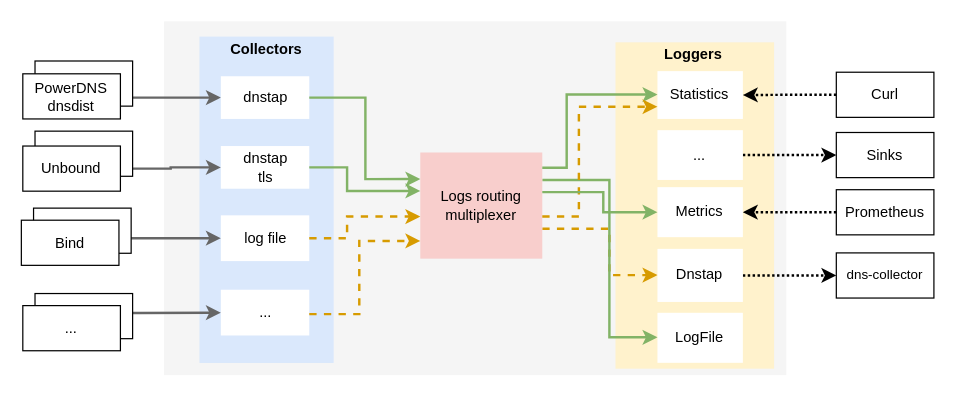
Above: doc/overview.drawio in dmachard/go-dnscollector (draw.io), before the change. Source tidied: cells renumbered, new cells numbered last; positions are measured from the earlier drawing's top-left corner, leaving out a move shared by most shapes. Both pictures are drawn from the tidied source at 122%, with x=0, y=0 at pixel (21, 21).
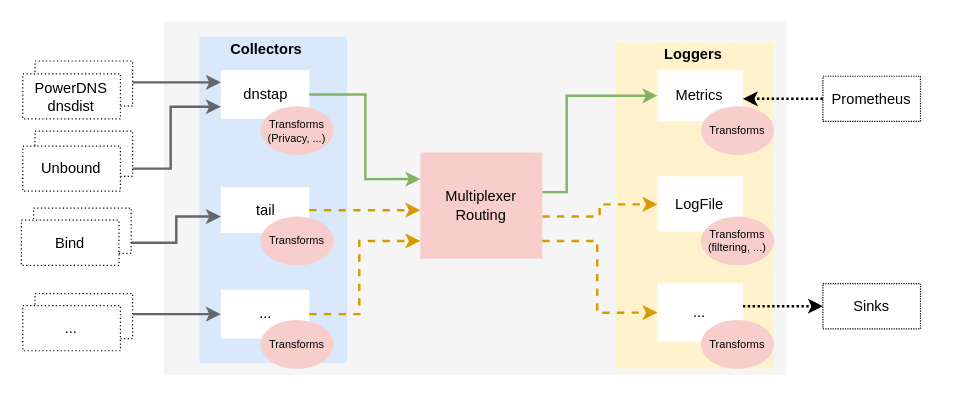
After the change.

Change to the diagram source:
```diff
@@
     <mxCell id="3" style="rounded=1;whiteSpace=wrap;html=1;fillColor=#dae8fc;strokeColor=none;arcSize=0;" parent="1" vertex="1">
-      <mxGeometry x="146" y="12.5" width="110" height="267.5" as="geometry" />
+      <mxGeometry x="146" y="12.5" width="121" height="267.5" as="geometry" />
     </mxCell>
@@
     <mxCell id="7" value="dnstap" style="rounded=0;whiteSpace=wrap;html=1;strokeColor=none;" parent="1" vertex="1">
-      <mxGeometry x="163.5" y="45" width="72.5" height="35" as="geometry" />
+      <mxGeometry x="163.5" y="40" width="72.5" height="40" as="geometry" />
     </mxCell>
-    <mxCell id="8" value="Statistics" style="rounded=0;whiteSpace=wrap;html=1;strokeColor=none;" parent="1" vertex="1">
-      <mxGeometry x="521.4" y="40.8" width="70" height="39.2" as="geometry" />
-    </mxCell>
     <mxCell id="9" value="LogFile" style="rounded=0;whiteSpace=wrap;html=1;strokeColor=none;" parent="1" vertex="1">
-      <mxGeometry x="521.4" y="238.9" width="70" height="41" as="geometry" />
+      <mxGeometry x="521.4" y="127" width="70" height="45.2" as="geometry" />
     </mxCell>
     <mxCell id="10" value="Metrics" style="rounded=0;whiteSpace=wrap;html=1;strokeColor=none;" parent="1" vertex="1">
-      <mxGeometry x="521.4" y="135.9" width="70" height="41" as="geometry" />
+      <mxGeometry x="521.4" y="40" width="70" height="42" as="geometry" />
     </mxCell>
-    <mxCell id="11" style="edgeStyle=orthogonalEdgeStyle;rounded=0;jettySize=auto;html=1;strokeWidth=2;dashed=1;dashPattern=1 1;" parent="1" edge="1" source="12" target="40">
-      <mxGeometry relative="1" as="geometry" />
-    </mxCell>
-    <mxCell id="12" value="Dnstap" style="rounded=0;whiteSpace=wrap;html=1;strokeColor=none;" parent="1" vertex="1">
-      <mxGeometry x="521.4" y="186.5" width="70" height="43.5" as="geometry" />
-    </mxCell>
-    <mxCell id="13" style="edgeStyle=orthogonalEdgeStyle;rounded=0;jettySize=auto;html=1;entryX=0;entryY=0.5;entryDx=0;entryDy=0;fillColor=#f5f5f5;strokeColor=#666666;strokeWidth=2;" parent="1" edge="1" source="29" target="7">
+    <mxCell id="13" style="edgeStyle=orthogonalEdgeStyle;rounded=0;jettySize=auto;html=1;entryX=0;entryY=0.25;entryDx=0;entryDy=0;fillColor=#f5f5f5;strokeColor=#666666;strokeWidth=2;" parent="1" edge="1" target="7">
       <mxGeometry relative="1" as="geometry">
+        <mxPoint x="87" y="60" as="sourcePoint" />
         <Array as="points">
-          <mxPoint x="37" y="64" />
-          <mxPoint x="37" y="62" />
+          <mxPoint x="87" y="50" />
         </Array>
       </mxGeometry>
     </mxCell>
     <mxCell id="14" style="edgeStyle=orthogonalEdgeStyle;rounded=0;jettySize=auto;html=1;entryX=0;entryY=0.5;entryDx=0;entryDy=0;strokeWidth=2;dashed=1;dashPattern=1 1;" parent="1" edge="1" source="15" target="39">
-      <mxGeometry relative="1" as="geometry" />
+      <mxGeometry relative="1" as="geometry">
+        <Array as="points">
+          <mxPoint x="557" y="234" />
+          <mxPoint x="557" y="234" />
+        </Array>
+      </mxGeometry>
     </mxCell>
-    <mxCell id="15" value="..." style="rounded=0;whiteSpace=wrap;html=1;strokeColor=none;" parent="1" vertex="1">
-      <mxGeometry x="521.4" y="89.2" width="70" height="40.8" as="geometry" />
-    </mxCell>
-    <mxCell id="16" value="&lt;div&gt;log file&lt;/div&gt;" style="rounded=0;whiteSpace=wrap;html=1;strokeColor=none;" parent="1" vertex="1">
-      <mxGeometry x="163.5" y="159" width="72.5" height="37.5" as="geometry" />
+    <mxCell id="16" value="&lt;div&gt;tail&lt;/div&gt;" style="rounded=0;whiteSpace=wrap;html=1;strokeColor=none;" parent="1" vertex="1">
+      <mxGeometry x="163.5" y="136" width="72.5" height="37.5" as="geometry" />
     </mxCell>
     <mxCell id="17" value="..." style="rounded=0;whiteSpace=wrap;html=1;strokeColor=none;" parent="1" vertex="1">
-      <mxGeometry x="163.5" y="220" width="72.5" height="37.5" as="geometry" />
+      <mxGeometry x="163.5" y="220" width="72.5" height="40" as="geometry" />
     </mxCell>
-    <mxCell id="18" style="edgeStyle=orthogonalEdgeStyle;rounded=0;jettySize=auto;html=1;fillColor=#ffe6cc;strokeColor=#d79b00;strokeWidth=2;dashed=1;" parent="1" edge="1" source="20" target="12">
+    <mxCell id="18" style="edgeStyle=orthogonalEdgeStyle;rounded=0;jettySize=auto;html=1;fillColor=#ffe6cc;strokeColor=#d79b00;strokeWidth=2;dashed=1;" parent="1" edge="1" source="20" target="9">
       <mxGeometry relative="1" as="geometry">
         <Array as="points">
-          <mxPoint x="482" y="170" />
-          <mxPoint x="482" y="208" />
+          <mxPoint x="474" y="160" />
+          <mxPoint x="474" y="150" />
         </Array>
       </mxGeometry>
     </mxCell>
-    <mxCell id="19" style="edgeStyle=orthogonalEdgeStyle;rounded=0;jettySize=auto;html=1;fillColor=#d5e8d4;strokeColor=#82b366;strokeWidth=2;" parent="1" edge="1" source="20" target="9">
-      <mxGeometry relative="1" as="geometry">
-        <Array as="points">
-          <mxPoint x="482" y="130" />
-          <mxPoint x="482" y="259" />
-        </Array>
-      </mxGeometry>
-    </mxCell>
-    <mxCell id="20" value="&lt;div&gt;Logs routing&lt;/div&gt;&lt;div&gt;multiplexer&lt;/div&gt;" style="rounded=0;whiteSpace=wrap;html=1;fillColor=#f8cecc;strokeColor=none;" parent="1" vertex="1">
+    <mxCell id="20" value="&lt;div&gt;Multiplexer&lt;/div&gt;&lt;div&gt;Routing&lt;br&gt;&lt;/div&gt;" style="rounded=0;whiteSpace=wrap;html=1;fillColor=#f8cecc;strokeColor=none;" parent="1" vertex="1">
       <mxGeometry x="327" y="107.5" width="100" height="87" as="geometry" />
     </mxCell>
     <mxCell id="21" style="edgeStyle=orthogonalEdgeStyle;rounded=0;jettySize=auto;html=1;entryX=0;entryY=0.25;entryDx=0;entryDy=0;exitX=1;exitY=0.5;exitDx=0;exitDy=0;strokeWidth=2;fillColor=#d5e8d4;strokeColor=#82b366;" parent="1" edge="1" source="7" target="20">
       <mxGeometry relative="1" as="geometry">
         <Array as="points">
-          <mxPoint x="282" y="63" />
+          <mxPoint x="282" y="60" />
           <mxPoint x="282" y="129" />
         </Array>
       </mxGeometry>
     </mxCell>
-    <mxCell id="22" value="&lt;div&gt;dnstap&lt;/div&gt;&lt;div&gt;tls&lt;br&gt;&lt;/div&gt;" style="rounded=0;whiteSpace=wrap;html=1;strokeColor=none;" parent="1" vertex="1">
-      <mxGeometry x="163.5" y="102.2" width="72.5" height="35" as="geometry" />
-    </mxCell>
-    <mxCell id="23" style="edgeStyle=orthogonalEdgeStyle;rounded=0;jettySize=auto;html=1;exitX=1;exitY=0.5;exitDx=0;exitDy=0;strokeWidth=2;fillColor=#d5e8d4;strokeColor=#82b366;" parent="1" edge="1" source="22">
-      <mxGeometry relative="1" as="geometry">
-        <mxPoint x="327" y="139" as="targetPoint" />
-        <Array as="points">
-          <mxPoint x="267" y="120" />
-          <mxPoint x="267" y="139" />
-        </Array>
-      </mxGeometry>
-    </mxCell>
     <mxCell id="24" style="edgeStyle=orthogonalEdgeStyle;rounded=0;jettySize=auto;html=1;exitX=1;exitY=0.5;exitDx=0;exitDy=0;fillColor=#ffe6cc;strokeColor=#d79b00;strokeWidth=2;dashed=1;" parent="1" edge="1" source="16" target="20">
       <mxGeometry relative="1" as="geometry">
         <Array as="points">
-          <mxPoint x="267" y="178" />
-          <mxPoint x="267" y="160" />
+          <mxPoint x="287" y="155" />
+          <mxPoint x="287" y="155" />
         </Array>
       </mxGeometry>
     </mxCell>
@@
-    <mxCell id="26" style="edgeStyle=orthogonalEdgeStyle;rounded=0;jettySize=auto;html=1;fillColor=#f5f5f5;strokeColor=#666666;strokeWidth=2;" parent="1" edge="1" source="31" target="22">
+    <mxCell id="26" style="edgeStyle=orthogonalEdgeStyle;rounded=0;jettySize=auto;html=1;fillColor=#f5f5f5;strokeColor=#666666;strokeWidth=2;entryX=0;entryY=0.75;entryDx=0;entryDy=0;" parent="1" edge="1" source="31" target="7">
       <mxGeometry relative="1" as="geometry" />
     </mxCell>
-    <mxCell id="27" style="edgeStyle=orthogonalEdgeStyle;rounded=0;jettySize=auto;html=1;entryX=0;entryY=0.5;entryDx=0;entryDy=0;fillColor=#f5f5f5;strokeColor=#666666;strokeWidth=2;" parent="1" edge="1" source="33" target="16">
+    <mxCell id="27" style="edgeStyle=orthogonalEdgeStyle;rounded=0;jettySize=auto;html=1;fillColor=#f5f5f5;strokeColor=#666666;strokeWidth=2;" parent="1" edge="1" source="33" target="16">
       <mxGeometry relative="1" as="geometry">
         <Array as="points">
-          <mxPoint x="25.8" y="177.5" />
-          <mxPoint x="25.8" y="177.5" />
+          <mxPoint x="127" y="181" />
+          <mxPoint x="127" y="160" />
         </Array>
       </mxGeometry>
     </mxCell>
-    <mxCell id="28" style="rounded=0;whiteSpace=wrap;html=1;" parent="1" vertex="1">
+    <mxCell id="28" style="rounded=0;whiteSpace=wrap;html=1;dashed=1;dashPattern=1 2;" parent="1" vertex="1">
       <mxGeometry x="11.2" y="32.5" width="80" height="37" as="geometry" />
     </mxCell>
-    <mxCell id="29" value="&lt;div&gt;PowerDNS&lt;/div&gt;&lt;div&gt;dnsdist&lt;br&gt;&lt;/div&gt;" style="rounded=0;whiteSpace=wrap;html=1;" parent="1" vertex="1">
+    <mxCell id="29" value="&lt;div&gt;PowerDNS&lt;/div&gt;&lt;div&gt;dnsdist&lt;br&gt;&lt;/div&gt;" style="rounded=0;whiteSpace=wrap;html=1;dashed=1;dashPattern=1 2;" parent="1" vertex="1">
       <mxGeometry x="1.2" y="43" width="80" height="37" as="geometry" />
     </mxCell>
-    <mxCell id="30" style="rounded=0;whiteSpace=wrap;html=1;" parent="1" vertex="1">
+    <mxCell id="30" style="rounded=0;whiteSpace=wrap;html=1;dashed=1;dashPattern=1 2;" parent="1" vertex="1">
       <mxGeometry x="11.2" y="90" width="80" height="37" as="geometry" />
     </mxCell>
-    <mxCell id="31" value="Unbound" style="rounded=0;whiteSpace=wrap;html=1;" parent="1" vertex="1">
+    <mxCell id="31" value="Unbound" style="rounded=0;whiteSpace=wrap;html=1;dashed=1;dashPattern=1 2;" parent="1" vertex="1">
       <mxGeometry x="1.2" y="102.2" width="80" height="37" as="geometry" />
     </mxCell>
-    <mxCell id="32" style="rounded=0;whiteSpace=wrap;html=1;" parent="1" vertex="1">
+    <mxCell id="32" style="rounded=0;whiteSpace=wrap;html=1;dashed=1;dashPattern=1 2;" parent="1" vertex="1">
       <mxGeometry x="10" y="153.1" width="80" height="37" as="geometry" />
     </mxCell>
-    <mxCell id="33" value="Bind" style="rounded=0;whiteSpace=wrap;html=1;" parent="1" vertex="1">
+    <mxCell id="33" value="Bind" style="rounded=0;whiteSpace=wrap;html=1;dashed=1;dashPattern=1 2;" parent="1" vertex="1">
       <mxGeometry y="163" width="80" height="37" as="geometry" />
     </mxCell>
     <mxCell id="34" style="edgeStyle=orthogonalEdgeStyle;rounded=0;jettySize=auto;html=1;entryX=0;entryY=0.5;entryDx=0;entryDy=0;fillColor=#f5f5f5;strokeColor=#666666;strokeWidth=2;" parent="1" edge="1" source="36" target="17">
       <mxGeometry relative="1" as="geometry">
         <Array as="points">
-          <mxPoint x="97" y="239" />
-          <mxPoint x="97" y="239" />
+          <mxPoint x="107" y="240" />
+          <mxPoint x="107" y="240" />
         </Array>
       </mxGeometry>
     </mxCell>
-    <mxCell id="35" style="rounded=0;whiteSpace=wrap;html=1;" parent="1" vertex="1">
+    <mxCell id="35" style="rounded=0;whiteSpace=wrap;html=1;dashed=1;dashPattern=1 2;" parent="1" vertex="1">
       <mxGeometry x="11.2" y="223.1" width="80" height="37" as="geometry" />
     </mxCell>
-    <mxCell id="36" value="..." style="rounded=0;whiteSpace=wrap;html=1;" parent="1" vertex="1">
+    <mxCell id="36" value="..." style="rounded=0;whiteSpace=wrap;html=1;dashed=1;dashPattern=1 2;" parent="1" vertex="1">
       <mxGeometry x="1.2" y="233" width="80" height="37" as="geometry" />
     </mxCell>
-    <mxCell id="37" style="edgeStyle=orthogonalEdgeStyle;rounded=0;jettySize=auto;html=1;fillColor=#d5e8d4;strokeColor=#82b366;strokeWidth=2;" parent="1" edge="1" source="20" target="8">
-      <mxGeometry relative="1" as="geometry">
-        <Array as="points">
-          <mxPoint x="447" y="120" />
-          <mxPoint x="447" y="60" />
-        </Array>
-      </mxGeometry>
-    </mxCell>
-    <mxCell id="38" style="edgeStyle=orthogonalEdgeStyle;rounded=0;jettySize=auto;html=1;fillColor=#ffe6cc;strokeColor=#d79b00;strokeWidth=2;dashed=1;" parent="1" edge="1" source="20" target="8">
-      <mxGeometry relative="1" as="geometry">
-        <Array as="points">
-          <mxPoint x="457" y="160" />
-          <mxPoint x="457" y="70" />
-        </Array>
-      </mxGeometry>
-    </mxCell>
-    <mxCell id="39" value="Sinks" style="rounded=0;whiteSpace=wrap;html=1;" parent="1" vertex="1">
-      <mxGeometry x="668" y="91.1" width="80" height="37" as="geometry" />
+    <mxCell id="39" value="Sinks" style="rounded=0;whiteSpace=wrap;html=1;dashed=1;dashPattern=1 1;" parent="1" vertex="1">
+      <mxGeometry x="657" y="215" width="80" height="37" as="geometry" />
     </mxCell>
-    <mxCell id="40" value="&lt;div style=&quot;font-size: 11px;&quot;&gt;&lt;font style=&quot;font-size: 11px;&quot;&gt;dns-collector&lt;br&gt;&lt;/font&gt;&lt;/div&gt;" style="rounded=0;whiteSpace=wrap;html=1;" parent="1" vertex="1">
-      <mxGeometry x="668" y="189.8" width="80" height="37" as="geometry" />
-    </mxCell>
-    <mxCell id="41" style="edgeStyle=orthogonalEdgeStyle;rounded=0;jettySize=auto;html=1;strokeWidth=2;dashed=1;dashPattern=1 1;" parent="1" edge="1" source="42" target="8">
-      <mxGeometry relative="1" as="geometry" />
-    </mxCell>
-    <mxCell id="42" value="Curl" style="rounded=0;whiteSpace=wrap;html=1;" parent="1" vertex="1">
-      <mxGeometry x="668" y="41.7" width="80" height="37" as="geometry" />
-    </mxCell>
     <mxCell id="43" style="edgeStyle=orthogonalEdgeStyle;rounded=0;jettySize=auto;html=1;strokeWidth=2;dashed=1;dashPattern=1 1;" parent="1" edge="1" source="44" target="10">
-      <mxGeometry relative="1" as="geometry" />
+      <mxGeometry relative="1" as="geometry">
+        <Array as="points">
+          <mxPoint x="657" y="66" />
+          <mxPoint x="657" y="66" />
+        </Array>
+      </mxGeometry>
     </mxCell>
-    <mxCell id="44" value="Prometheus" style="rounded=0;whiteSpace=wrap;html=1;" parent="1" vertex="1">
-      <mxGeometry x="668" y="138" width="80" height="37" as="geometry" />
+    <mxCell id="44" value="Prometheus" style="rounded=0;whiteSpace=wrap;html=1;dashed=1;dashPattern=1 1;" parent="1" vertex="1">
+      <mxGeometry x="657" y="45" width="80" height="37" as="geometry" />
     </mxCell>
     <mxCell id="45" style="edgeStyle=orthogonalEdgeStyle;rounded=0;jettySize=auto;html=1;entryX=0;entryY=0.5;entryDx=0;entryDy=0;fillColor=#d5e8d4;strokeColor=#82b366;strokeWidth=2;" parent="1" edge="1" source="20" target="10">
       <mxGeometry relative="1" as="geometry">
         <Array as="points">
-          <mxPoint x="477" y="140" />
-          <mxPoint x="477" y="156" />
-          <mxPoint x="521" y="156" />
+          <mxPoint x="447" y="140" />
+          <mxPoint x="447" y="61" />
         </Array>
       </mxGeometry>
     </mxCell>
+    <mxCell id="46" value="&lt;div style=&quot;font-size: 9px;&quot;&gt;&lt;font style=&quot;font-size: 9px;&quot;&gt;Transforms&lt;/font&gt;&lt;/div&gt;&lt;div style=&quot;font-size: 9px;&quot;&gt;&lt;font style=&quot;font-size: 9px;&quot;&gt;(Privacy, ...)&lt;br&gt;&lt;/font&gt;&lt;/div&gt;" style="ellipse;whiteSpace=wrap;html=1;fillColor=#f8cecc;strokeColor=none;" parent="1" vertex="1">
+      <mxGeometry x="196" y="69.5" width="60" height="40" as="geometry" />
+    </mxCell>
+    <mxCell id="47" style="edgeStyle=orthogonalEdgeStyle;rounded=0;jettySize=auto;html=1;fillColor=#ffe6cc;strokeColor=#d79b00;strokeWidth=2;dashed=1;entryX=0;entryY=0.5;entryDx=0;entryDy=0;" parent="1" edge="1" source="20" target="15">
+      <mxGeometry relative="1" as="geometry">
+        <Array as="points">
+          <mxPoint x="472" y="180" />
+          <mxPoint x="472" y="239" />
+        </Array>
+      </mxGeometry>
+    </mxCell>
+    <mxCell id="15" value="..." style="rounded=0;whiteSpace=wrap;html=1;strokeColor=none;" parent="1" vertex="1">
+      <mxGeometry x="521.4" y="215" width="70" height="47.5" as="geometry" />
+    </mxCell>
+    <mxCell id="48" value="&lt;div style=&quot;font-size: 9px;&quot;&gt;&lt;font style=&quot;font-size: 9px;&quot;&gt;Transforms&lt;/font&gt;&lt;/div&gt;" style="ellipse;whiteSpace=wrap;html=1;fillColor=#f8cecc;strokeColor=none;" parent="1" vertex="1">
+      <mxGeometry x="557" y="244.8" width="60" height="40" as="geometry" />
+    </mxCell>
+    <mxCell id="49" value="&lt;div style=&quot;font-size: 9px;&quot;&gt;&lt;font style=&quot;font-size: 9px;&quot;&gt;Transforms&lt;/font&gt;&lt;/div&gt;&lt;div style=&quot;font-size: 9px;&quot;&gt;&lt;font style=&quot;font-size: 9px;&quot;&gt;(filtering, ...)&lt;br&gt;&lt;/font&gt;&lt;/div&gt;" style="ellipse;whiteSpace=wrap;html=1;fillColor=#f8cecc;strokeColor=none;" parent="1" vertex="1">
+      <mxGeometry x="557" y="160" width="60" height="40" as="geometry" />
+    </mxCell>
+    <mxCell id="50" value="&lt;div style=&quot;font-size: 9px;&quot;&gt;&lt;font style=&quot;font-size: 9px;&quot;&gt;Transforms&lt;/font&gt;&lt;/div&gt;" style="ellipse;whiteSpace=wrap;html=1;fillColor=#f8cecc;strokeColor=none;" parent="1" vertex="1">
+      <mxGeometry x="196" y="244.8" width="60" height="40" as="geometry" />
+    </mxCell>
+    <mxCell id="51" value="&lt;div style=&quot;font-size: 9px;&quot;&gt;&lt;font style=&quot;font-size: 9px;&quot;&gt;Transforms&lt;/font&gt;&lt;/div&gt;" style="ellipse;whiteSpace=wrap;html=1;fillColor=#f8cecc;strokeColor=none;" parent="1" vertex="1">
+      <mxGeometry x="196" y="160" width="60" height="40" as="geometry" />
+    </mxCell>
+    <mxCell id="52" value="&lt;div style=&quot;font-size: 9px;&quot;&gt;&lt;font style=&quot;font-size: 9px;&quot;&gt;Transforms&lt;/font&gt;&lt;/div&gt;" style="ellipse;whiteSpace=wrap;html=1;fillColor=#f8cecc;strokeColor=none;" parent="1" vertex="1">
+      <mxGeometry x="557" y="69.5" width="60" height="40" as="geometry" />
+    </mxCell>
```
